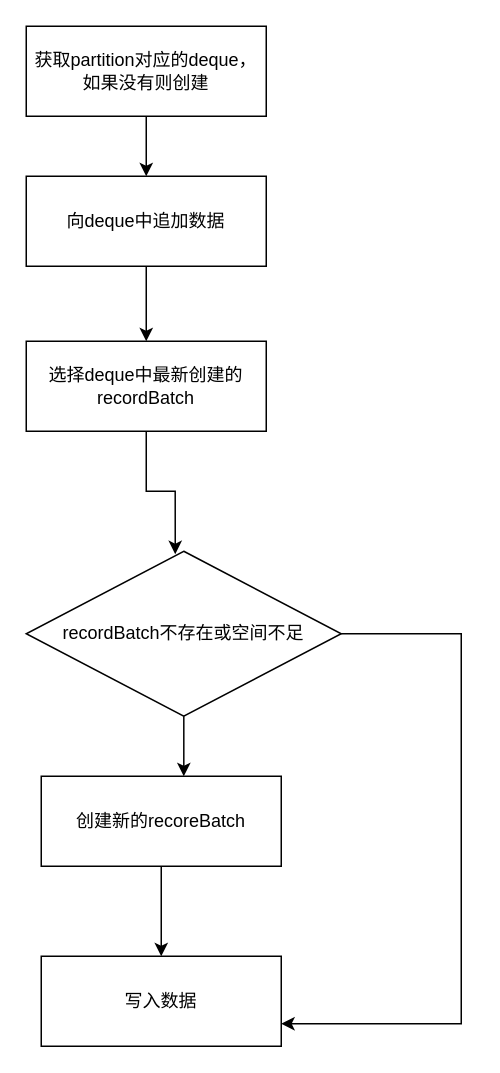
Above: 大数据/源码/images/recordbatch.drawio in alexskyer/note (draw.io), before the change. Source tidied: cells renumbered, new cells numbered last; positions are measured from the earlier drawing's top-left corner, leaving out a move shared by most shapes. Both pictures are drawn from the tidied source at 150%, with x=0, y=0 at pixel (26, 26).
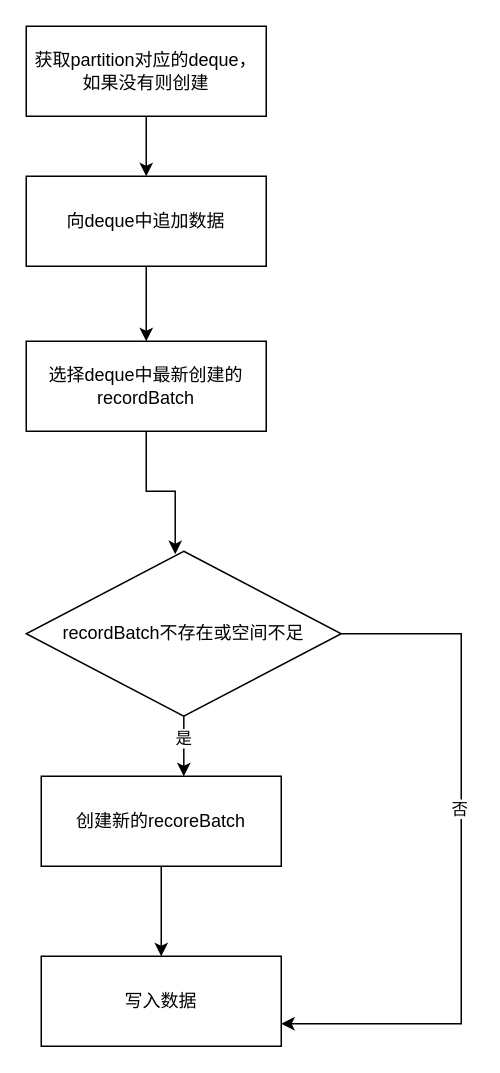
The same page after the edit.

Diff of the diagram source:
```diff
@@
 <mxGraphModel>
   <root>
     <mxCell id="0" />
     <mxCell id="1" parent="0" />
     <mxCell id="2" style="edgeStyle=orthogonalEdgeStyle;rounded=0;jettySize=auto;html=1;entryX=0.5;entryY=0;entryDx=0;entryDy=0;" parent="1" edge="1" source="3" target="5">
       <mxGeometry relative="1" as="geometry" />
     </mxCell>
     <mxCell id="3" value="获取partition对应的deque，如果没有则创建" style="rounded=0;whiteSpace=wrap;html=1;" parent="1" vertex="1">
       <mxGeometry width="160" height="60" as="geometry" />
     </mxCell>
     <mxCell id="4" style="edgeStyle=orthogonalEdgeStyle;rounded=0;jettySize=auto;html=1;entryX=0.5;entryY=0;entryDx=0;entryDy=0;" parent="1" edge="1" source="5" target="7">
       <mxGeometry relative="1" as="geometry" />
     </mxCell>
     <mxCell id="5" value="向deque中追加数据" style="rounded=0;whiteSpace=wrap;html=1;" parent="1" vertex="1">
       <mxGeometry y="100" width="160" height="60" as="geometry" />
     </mxCell>
     <mxCell id="6" style="edgeStyle=orthogonalEdgeStyle;rounded=0;jettySize=auto;html=1;entryX=0.473;entryY=0.018;entryDx=0;entryDy=0;entryPerimeter=0;" parent="1" edge="1" source="7" target="10">
       <mxGeometry relative="1" as="geometry" />
     </mxCell>
     <mxCell id="7" value="选择deque中最新创建的recordBatch" style="rounded=0;whiteSpace=wrap;html=1;" parent="1" vertex="1">
       <mxGeometry y="210" width="160" height="60" as="geometry" />
     </mxCell>
     <mxCell id="8" style="edgeStyle=orthogonalEdgeStyle;rounded=0;jettySize=auto;html=1;entryX=0.594;entryY=0;entryDx=0;entryDy=0;entryPerimeter=0;" parent="1" edge="1" source="10" target="12">
       <mxGeometry relative="1" as="geometry" />
     </mxCell>
+    <mxCell id="14" value="是" style="edgeLabel;html=1;align=center;verticalAlign=middle;" parent="8" vertex="1">
+      <mxGeometry x="-0.25" y="-1" relative="1" as="geometry" />
+    </mxCell>
     <mxCell id="9" style="edgeStyle=orthogonalEdgeStyle;rounded=0;jettySize=auto;html=1;entryX=1;entryY=0.75;entryDx=0;entryDy=0;" parent="1" edge="1" source="10" target="13">
       <mxGeometry relative="1" as="geometry">
         <Array as="points">
           <mxPoint x="290" y="405" />
           <mxPoint x="290" y="665" />
         </Array>
       </mxGeometry>
     </mxCell>
+    <mxCell id="15" value="否" style="edgeLabel;html=1;align=center;verticalAlign=middle;" parent="9" vertex="1">
+      <mxGeometry x="-0.15" y="-2" relative="1" as="geometry" />
+    </mxCell>
     <mxCell id="10" value="recordBatch不存在或空间不足" style="rhombus;whiteSpace=wrap;html=1;" parent="1" vertex="1">
       <mxGeometry y="350" width="210" height="110" as="geometry" />
     </mxCell>
     <mxCell id="11" style="edgeStyle=orthogonalEdgeStyle;rounded=0;jettySize=auto;html=1;entryX=0.5;entryY=0;entryDx=0;entryDy=0;" parent="1" edge="1" source="12" target="13">
       <mxGeometry relative="1" as="geometry" />
     </mxCell>
     <mxCell id="12" value="创建新的recoreBatch" style="rounded=0;whiteSpace=wrap;html=1;" parent="1" vertex="1">
       <mxGeometry x="10" y="500" width="160" height="60" as="geometry" />
     </mxCell>
     <mxCell id="13" value="写入数据" style="rounded=0;whiteSpace=wrap;html=1;" parent="1" vertex="1">
       <mxGeometry x="10" y="620" width="160" height="60" as="geometry" />
     </mxCell>
   </root>
 </mxGraphModel>
```
